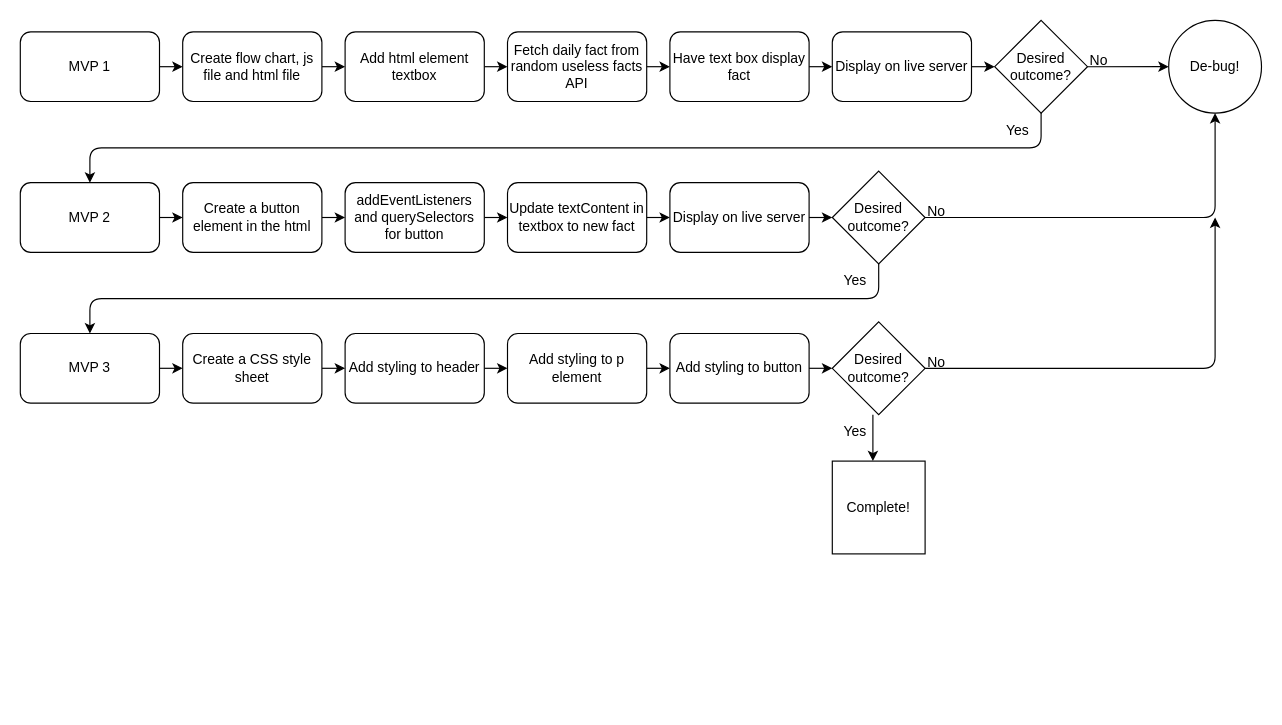
Above: flowchart.drawio in SchoolOfCode/week-3-hackathon-llt-13 (draw.io), before the change. Source tidied: cells renumbered, new cells numbered last; positions are measured from the earlier drawing's top-left corner, leaving out a move shared by most shapes. Both pictures are drawn from the tidied source at 116%, with x=0, y=0 at pixel (20, 20).
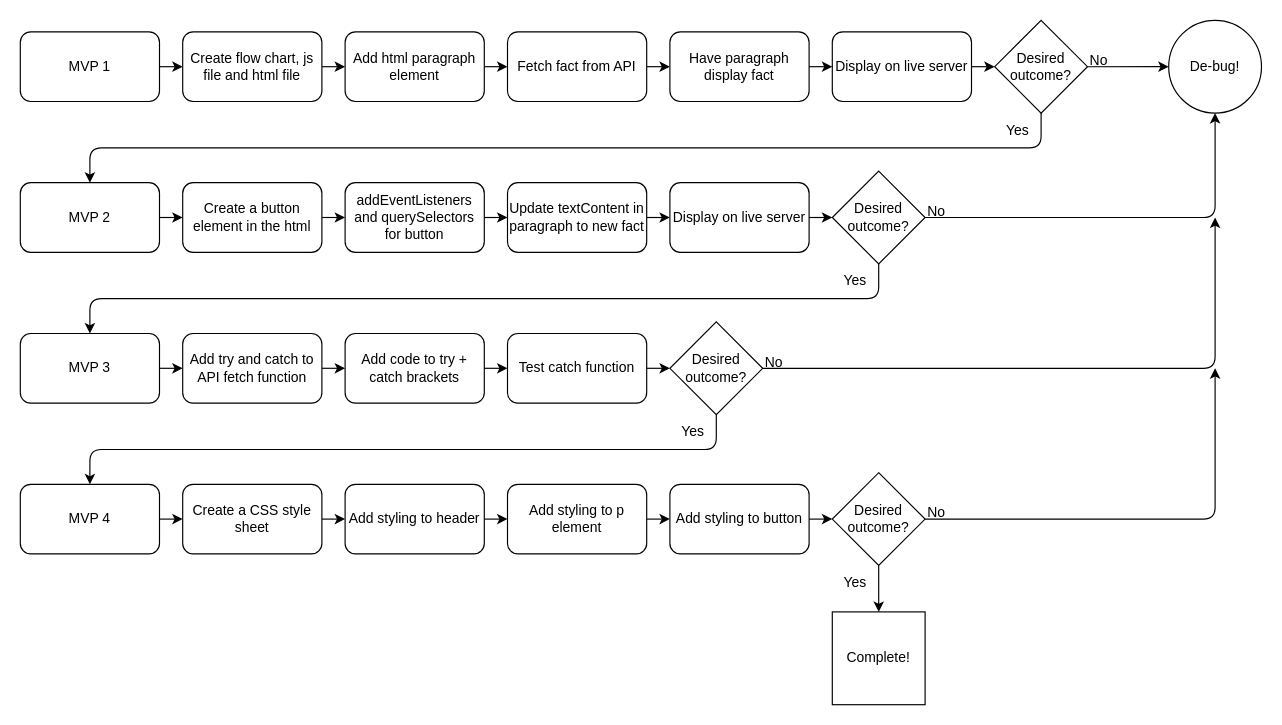
After the change.

Commit message (it also covers changes not shown here):
Complete MVP 3

Diff of the diagram source:
```diff
@@
-    <mxCell id="7" value="Add html element textbox" style="whiteSpace=wrap;html=1;rounded=1;" parent="1" vertex="1">
+    <mxCell id="7" value="Add html paragraph element" style="whiteSpace=wrap;html=1;rounded=1;" parent="1" vertex="1">
       <mxGeometry x="280" y="10" width="120" height="60" as="geometry" />
     </mxCell>
@@
-    <mxCell id="15" value="Complete!" style="whiteSpace=wrap;html=1;" parent="1" vertex="1">
-      <mxGeometry x="700" y="380" width="80" height="80" as="geometry" />
-    </mxCell>
-    <mxCell id="16" value="Fetch daily fact from random useless facts API" style="whiteSpace=wrap;html=1;rounded=1;" parent="1" vertex="1">
+    <mxCell id="16" value="Fetch fact from API" style="whiteSpace=wrap;html=1;rounded=1;" parent="1" vertex="1">
       <mxGeometry x="420" y="10" width="120" height="60" as="geometry" />
     </mxCell>
-    <mxCell id="17" value="Have text box display fact" style="whiteSpace=wrap;html=1;rounded=1;" parent="1" vertex="1">
+    <mxCell id="17" value="Have paragraph display fact" style="whiteSpace=wrap;html=1;rounded=1;" parent="1" vertex="1">
       <mxGeometry x="560" y="10" width="120" height="60" as="geometry" />
     </mxCell>
@@
-    <mxCell id="28" value="Update textContent in textbox to new fact" style="whiteSpace=wrap;html=1;rounded=1;" parent="1" vertex="1">
+    <mxCell id="28" value="Update textContent in paragraph to new fact" style="whiteSpace=wrap;html=1;rounded=1;" parent="1" vertex="1">
       <mxGeometry x="420" y="140" width="120" height="60" as="geometry" />
     </mxCell>
@@
-    <mxCell id="39" value="Create a CSS style sheet" style="whiteSpace=wrap;html=1;rounded=1;" parent="1" vertex="1">
+    <mxCell id="39" value="Add try and catch to API fetch function" style="whiteSpace=wrap;html=1;rounded=1;" parent="1" vertex="1">
       <mxGeometry x="140" y="270" width="120" height="60" as="geometry" />
     </mxCell>
@@
-    <mxCell id="41" value="Add styling to header" style="whiteSpace=wrap;html=1;rounded=1;" parent="1" vertex="1">
+    <mxCell id="41" value="Add code to try + catch brackets" style="whiteSpace=wrap;html=1;rounded=1;" parent="1" vertex="1">
       <mxGeometry x="280" y="270" width="120" height="60" as="geometry" />
     </mxCell>
@@
-    <mxCell id="43" value="Add styling to button" style="whiteSpace=wrap;html=1;rounded=1;" parent="1" vertex="1">
-      <mxGeometry x="560" y="270" width="120" height="60" as="geometry" />
-    </mxCell>
-    <mxCell id="44" value="Add styling to p element" style="whiteSpace=wrap;html=1;rounded=1;" parent="1" vertex="1">
+    <mxCell id="44" value="Test catch function" style="whiteSpace=wrap;html=1;rounded=1;" parent="1" vertex="1">
       <mxGeometry x="420" y="270" width="120" height="60" as="geometry" />
     </mxCell>
     <mxCell id="45" value="Desired outcome?" style="rhombus;whiteSpace=wrap;html=1;" parent="1" vertex="1">
-      <mxGeometry x="700" y="260" width="80" height="80" as="geometry" />
+      <mxGeometry x="560" y="260" width="80" height="80" as="geometry" />
     </mxCell>
     <mxCell id="46" value="Yes" style="text;html=1;strokeColor=none;fillColor=none;align=center;verticalAlign=middle;whiteSpace=wrap;rounded=0;" parent="1" vertex="1">
-      <mxGeometry x="690" y="340" width="60" height="30" as="geometry" />
+      <mxGeometry x="550" y="340" width="60" height="30" as="geometry" />
     </mxCell>
     <mxCell id="47" value="No" style="text;html=1;strokeColor=none;fillColor=none;align=center;verticalAlign=middle;whiteSpace=wrap;rounded=0;" parent="1" vertex="1">
-      <mxGeometry x="760" y="280" width="60" height="30" as="geometry" />
+      <mxGeometry x="620" y="280" width="60" height="30" as="geometry" />
     </mxCell>
@@
-    <mxCell id="49" style="edgeStyle=none;html=1;exitX=1;exitY=0.5;exitDx=0;exitDy=0;" parent="1" edge="1" target="45">
-      <mxGeometry relative="1" as="geometry">
-        <mxPoint x="680" y="300" as="sourcePoint" />
-      </mxGeometry>
-    </mxCell>
-    <mxCell id="50" style="edgeStyle=none;html=1;exitX=0.75;exitY=0;exitDx=0;exitDy=0;" parent="1" edge="1" source="46">
-      <mxGeometry relative="1" as="geometry">
-        <mxPoint x="735" y="380" as="targetPoint" />
-      </mxGeometry>
-    </mxCell>
+    <mxCell id="15" value="Complete!" style="whiteSpace=wrap;html=1;" parent="1" vertex="1">
+      <mxGeometry x="700" y="510" width="80" height="80" as="geometry" />
+    </mxCell>
+    <mxCell id="51" style="edgeStyle=none;html=1;" parent="1" edge="1" source="52" target="54">
+      <mxGeometry relative="1" as="geometry" />
+    </mxCell>
+    <mxCell id="52" value="MVP 4" style="rounded=1;whiteSpace=wrap;html=1;" parent="1" vertex="1">
+      <mxGeometry y="400" width="120" height="60" as="geometry" />
+    </mxCell>
+    <mxCell id="53" style="edgeStyle=none;html=1;" parent="1" edge="1" source="54" target="56">
+      <mxGeometry relative="1" as="geometry" />
+    </mxCell>
+    <mxCell id="54" value="Create a CSS style sheet" style="whiteSpace=wrap;html=1;rounded=1;" parent="1" vertex="1">
+      <mxGeometry x="140" y="400" width="120" height="60" as="geometry" />
+    </mxCell>
+    <mxCell id="55" style="edgeStyle=none;html=1;" parent="1" edge="1" source="56">
+      <mxGeometry relative="1" as="geometry">
+        <mxPoint x="420" y="430" as="targetPoint" />
+      </mxGeometry>
+    </mxCell>
+    <mxCell id="56" value="Add styling to header" style="whiteSpace=wrap;html=1;rounded=1;" parent="1" vertex="1">
+      <mxGeometry x="280" y="400" width="120" height="60" as="geometry" />
+    </mxCell>
+    <mxCell id="57" style="edgeStyle=none;html=1;" parent="1" edge="1">
+      <mxGeometry relative="1" as="geometry">
+        <mxPoint x="540" y="430" as="sourcePoint" />
+        <mxPoint x="560" y="430" as="targetPoint" />
+      </mxGeometry>
+    </mxCell>
+    <mxCell id="43" value="Add styling to button" style="whiteSpace=wrap;html=1;rounded=1;" parent="1" vertex="1">
+      <mxGeometry x="560" y="400" width="120" height="60" as="geometry" />
+    </mxCell>
+    <mxCell id="58" value="Add styling to p element" style="whiteSpace=wrap;html=1;rounded=1;" parent="1" vertex="1">
+      <mxGeometry x="420" y="400" width="120" height="60" as="geometry" />
+    </mxCell>
+    <mxCell id="59" value="Desired outcome?" style="rhombus;whiteSpace=wrap;html=1;" parent="1" vertex="1">
+      <mxGeometry x="700" y="390" width="80" height="80" as="geometry" />
+    </mxCell>
+    <mxCell id="60" value="Yes" style="text;html=1;strokeColor=none;fillColor=none;align=center;verticalAlign=middle;whiteSpace=wrap;rounded=0;" parent="1" vertex="1">
+      <mxGeometry x="690" y="470" width="60" height="30" as="geometry" />
+    </mxCell>
+    <mxCell id="61" style="edgeStyle=none;html=1;exitX=1;exitY=0.5;exitDx=0;exitDy=0;" parent="1" edge="1" target="59">
+      <mxGeometry relative="1" as="geometry">
+        <mxPoint x="680" y="430" as="sourcePoint" />
+      </mxGeometry>
+    </mxCell>
+    <mxCell id="62" style="edgeStyle=none;html=1;exitX=0.5;exitY=1;exitDx=0;exitDy=0;entryX=0.5;entryY=0;entryDx=0;entryDy=0;" parent="1" edge="1" source="59" target="15">
+      <mxGeometry relative="1" as="geometry" />
+    </mxCell>
+    <mxCell id="63" style="edgeStyle=none;html=1;exitX=0.5;exitY=1;exitDx=0;exitDy=0;" parent="1" edge="1" source="45">
+      <mxGeometry relative="1" as="geometry">
+        <mxPoint x="60" y="400" as="targetPoint" />
+        <Array as="points">
+          <mxPoint x="600" y="370" />
+          <mxPoint x="60" y="370" />
+        </Array>
+      </mxGeometry>
+    </mxCell>
+    <mxCell id="64" style="edgeStyle=none;html=1;exitX=0.333;exitY=0.667;exitDx=0;exitDy=0;exitPerimeter=0;" parent="1" edge="1">
+      <mxGeometry relative="1" as="geometry">
+        <mxPoint x="780" y="430" as="sourcePoint" />
+        <mxPoint x="1030" y="300" as="targetPoint" />
+        <Array as="points">
+          <mxPoint x="1030" y="430" />
+        </Array>
+      </mxGeometry>
+    </mxCell>
+    <mxCell id="65" value="No" style="text;html=1;strokeColor=none;fillColor=none;align=center;verticalAlign=middle;whiteSpace=wrap;rounded=0;" parent="1" vertex="1">
+      <mxGeometry x="760" y="410" width="60" height="30" as="geometry" />
+    </mxCell>
```
